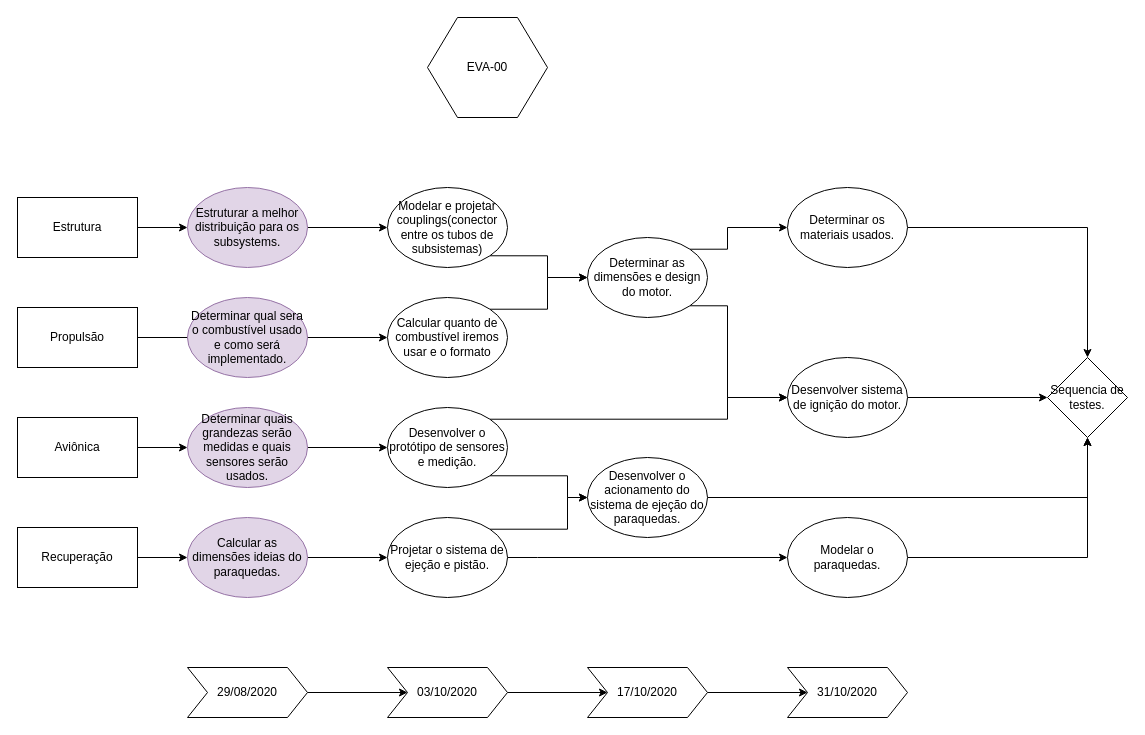
Before: eva-00.drawio in freedxmgxd/Evangelion-Unidade-00, a draw.io diagram. Source tidied: cells renumbered, new cells numbered last; positions are measured from the earlier drawing's top-left corner, leaving out a move shared by most shapes. Both pictures are drawn from the tidied source at 100%, with x=0, y=0 at pixel (17, 17).
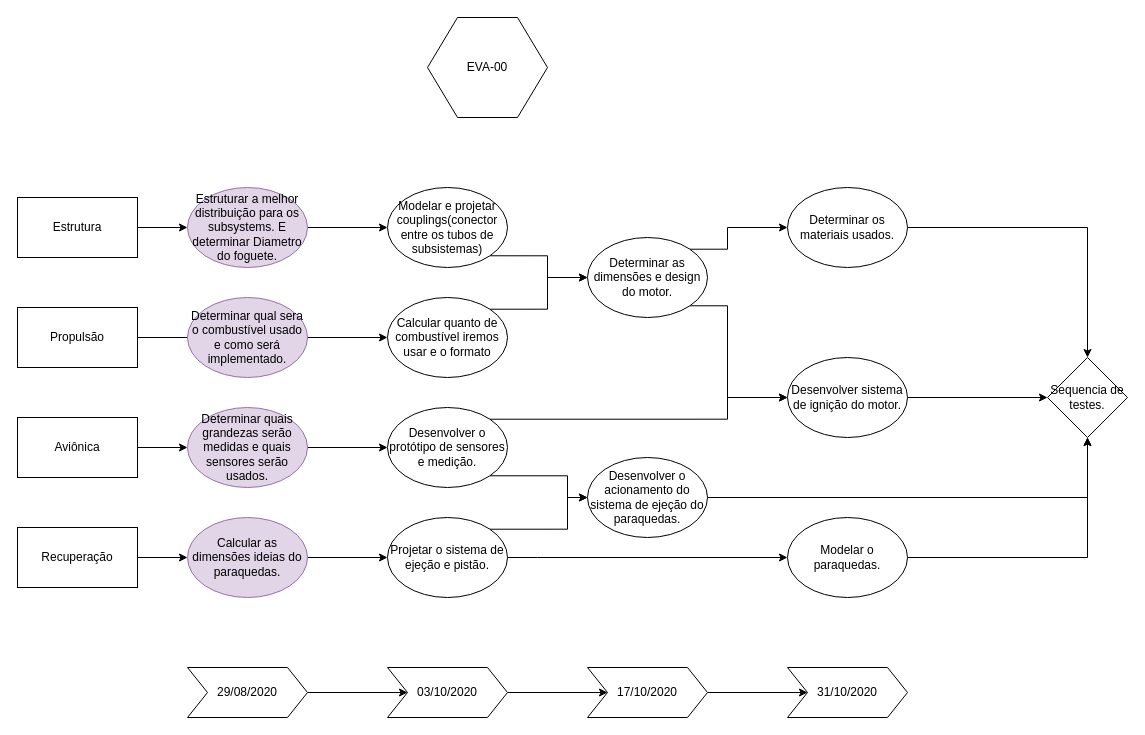
The same page after the edit.

What changed in the source:
```diff
@@
-    <mxCell id="24" value="Estruturar a melhor distribuição para os subsystems." style="ellipse;whiteSpace=wrap;html=1;fillColor=#e1d5e7;strokeColor=#9673a6;" parent="1" vertex="1">
+    <mxCell id="24" value="Estruturar a melhor distribuição para os subsystems. E determinar Diametro do foguete." style="ellipse;whiteSpace=wrap;html=1;fillColor=#e1d5e7;strokeColor=#9673a6;" parent="1" vertex="1">
       <mxGeometry x="170" y="170" width="120" height="80" as="geometry" />
     </mxCell>
```
